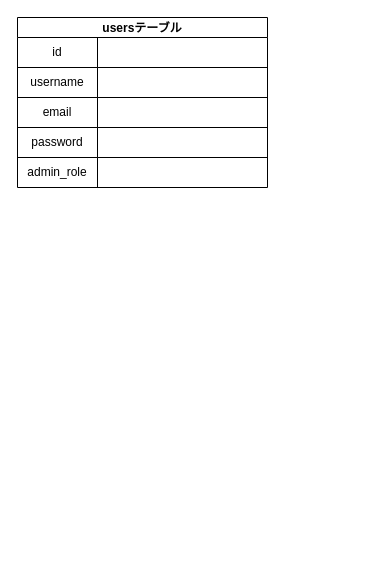
Above: bbm.dio in I-Kouta/BBM (draw.io), before the change. Source tidied: cells renumbered, new cells numbered last; positions are measured from the earlier drawing's top-left corner, leaving out a move shared by most shapes. Both pictures are drawn from the tidied source at 100%, with x=0, y=0 at pixel (17, 17).
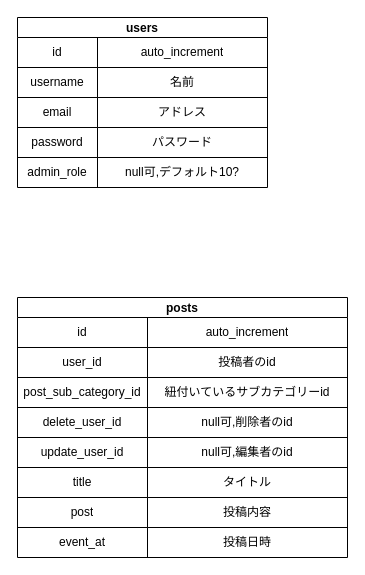
After the change.

Commit message:
postsテーブルの図の記述です

Unchanged cells that the change refers to:
```xml
<mxCell id="3" style="shape=partialRectangle;html=1;whiteSpace=wrap;fillColor=none;top=0;left=0;bottom=0;right=0;" parent="2" vertex="1">
  <mxGeometry y="20" width="250" height="30" as="geometry" />
</mxCell>
<mxCell id="6" style="shape=partialRectangle;html=1;whiteSpace=wrap;fillColor=none;top=0;left=0;bottom=0;right=0;" parent="2" vertex="1">
  <mxGeometry y="50" width="250" height="30" as="geometry" />
</mxCell>
<mxCell id="9" style="shape=partialRectangle;html=1;whiteSpace=wrap;fillColor=none;top=0;left=0;bottom=0;right=0;" parent="2" vertex="1">
  <mxGeometry y="80" width="250" height="30" as="geometry" />
</mxCell>
<mxCell id="12" style="shape=partialRectangle;html=1;whiteSpace=wrap;fillColor=none;top=0;left=0;bottom=0;right=0;" parent="2" vertex="1">
  <mxGeometry y="110" width="250" height="30" as="geometry" />
</mxCell>
<mxCell id="15" style="shape=partialRectangle;html=1;whiteSpace=wrap;fillColor=none;top=0;left=0;bottom=0;right=0;" parent="2" vertex="1">
  <mxGeometry y="140" width="250" height="30" as="geometry" />
</mxCell>
```

What changed in the source:
```diff
@@
-    <mxCell id="2" value="usersテーブル" style="shape=table;startSize=20;childLayout=tableLayout;fontStyle=1;align=center;" parent="1" vertex="1">
+    <mxCell id="2" value="users" style="shape=table;startSize=20;childLayout=tableLayout;fontStyle=1;align=center;" parent="1" vertex="1">
       <mxGeometry width="250" height="170" as="geometry" />
     </mxCell>
@@
-    <mxCell id="5" style="shape=partialRectangle;html=1;whiteSpace=wrap;fillColor=none;top=0;left=0;bottom=0;right=0;overflow=hidden;" parent="3" vertex="1">
+    <mxCell id="5" value="auto_increment" style="shape=partialRectangle;html=1;whiteSpace=wrap;fillColor=none;top=0;left=0;bottom=0;right=0;overflow=hidden;" parent="3" vertex="1">
       <mxGeometry x="80" width="170" height="30" as="geometry" />
     </mxCell>
@@
-    <mxCell id="8" style="shape=partialRectangle;html=1;whiteSpace=wrap;fillColor=none;top=0;left=0;bottom=0;right=0;overflow=hidden;" parent="6" vertex="1">
+    <mxCell id="8" value="名前" style="shape=partialRectangle;html=1;whiteSpace=wrap;fillColor=none;top=0;left=0;bottom=0;right=0;overflow=hidden;" parent="6" vertex="1">
       <mxGeometry x="80" width="170" height="30" as="geometry" />
     </mxCell>
@@
-    <mxCell id="11" style="shape=partialRectangle;html=1;whiteSpace=wrap;fillColor=none;top=0;left=0;bottom=0;right=0;overflow=hidden;" parent="9" vertex="1">
+    <mxCell id="11" value="アドレス" style="shape=partialRectangle;html=1;whiteSpace=wrap;fillColor=none;top=0;left=0;bottom=0;right=0;overflow=hidden;" parent="9" vertex="1">
       <mxGeometry x="80" width="170" height="30" as="geometry" />
     </mxCell>
@@
-    <mxCell id="14" style="shape=partialRectangle;html=1;whiteSpace=wrap;fillColor=none;top=0;left=0;bottom=0;right=0;overflow=hidden;" parent="12" vertex="1">
+    <mxCell id="14" value="パスワード" style="shape=partialRectangle;html=1;whiteSpace=wrap;fillColor=none;top=0;left=0;bottom=0;right=0;overflow=hidden;" parent="12" vertex="1">
       <mxGeometry x="80" width="170" height="30" as="geometry" />
     </mxCell>
@@
-    <mxCell id="17" style="shape=partialRectangle;html=1;whiteSpace=wrap;fillColor=none;top=0;left=0;bottom=0;right=0;overflow=hidden;" parent="15" vertex="1">
+    <mxCell id="17" value="null可,デフォルト10?" style="shape=partialRectangle;html=1;whiteSpace=wrap;fillColor=none;top=0;left=0;bottom=0;right=0;overflow=hidden;" parent="15" vertex="1">
       <mxGeometry x="80" width="170" height="30" as="geometry" />
     </mxCell>
+    <mxCell id="18" value="posts" style="shape=table;startSize=20;childLayout=tableLayout;fontStyle=1;align=center;" parent="1" vertex="1">
+      <mxGeometry y="280" width="330" height="260" as="geometry" />
+    </mxCell>
+    <mxCell id="19" style="shape=partialRectangle;html=1;whiteSpace=wrap;fillColor=none;top=0;left=0;bottom=0;right=0;" parent="18" vertex="1">
+      <mxGeometry y="20" width="330" height="30" as="geometry" />
+    </mxCell>
+    <mxCell id="20" value="id" style="shape=partialRectangle;html=1;whiteSpace=wrap;fillColor=none;top=0;left=0;bottom=0;right=0;overflow=hidden;" parent="19" vertex="1">
+      <mxGeometry width="130" height="30" as="geometry" />
+    </mxCell>
+    <mxCell id="21" value="auto_increment" style="shape=partialRectangle;html=1;whiteSpace=wrap;fillColor=none;top=0;left=0;bottom=0;right=0;overflow=hidden;" parent="19" vertex="1">
+      <mxGeometry x="130" width="200" height="30" as="geometry" />
+    </mxCell>
+    <mxCell id="22" style="shape=partialRectangle;html=1;whiteSpace=wrap;fillColor=none;top=0;left=0;bottom=0;right=0;" parent="18" vertex="1">
+      <mxGeometry y="50" width="330" height="30" as="geometry" />
+    </mxCell>
+    <mxCell id="23" value="user_id" style="shape=partialRectangle;html=1;whiteSpace=wrap;fillColor=none;top=0;left=0;bottom=0;right=0;overflow=hidden;" parent="22" vertex="1">
+      <mxGeometry width="130" height="30" as="geometry" />
+    </mxCell>
+    <mxCell id="24" value="投稿者のid" style="shape=partialRectangle;html=1;whiteSpace=wrap;fillColor=none;top=0;left=0;bottom=0;right=0;overflow=hidden;" parent="22" vertex="1">
+      <mxGeometry x="130" width="200" height="30" as="geometry" />
+    </mxCell>
+    <mxCell id="25" style="shape=partialRectangle;html=1;whiteSpace=wrap;fillColor=none;top=0;left=0;bottom=0;right=0;" parent="18" vertex="1">
+      <mxGeometry y="80" width="330" height="30" as="geometry" />
+    </mxCell>
+    <mxCell id="26" value="post_sub_category_id" style="shape=partialRectangle;html=1;whiteSpace=wrap;fillColor=none;top=0;left=0;bottom=0;right=0;overflow=hidden;" parent="25" vertex="1">
+      <mxGeometry width="130" height="30" as="geometry" />
+    </mxCell>
+    <mxCell id="27" value="紐付いているサブカテゴリーid" style="shape=partialRectangle;html=1;whiteSpace=wrap;fillColor=none;top=0;left=0;bottom=0;right=0;overflow=hidden;" parent="25" vertex="1">
+      <mxGeometry x="130" width="200" height="30" as="geometry" />
+    </mxCell>
+    <mxCell id="28" style="shape=partialRectangle;html=1;whiteSpace=wrap;fillColor=none;top=0;left=0;bottom=0;right=0;" parent="18" vertex="1">
+      <mxGeometry y="110" width="330" height="30" as="geometry" />
+    </mxCell>
+    <mxCell id="29" value="delete_user_id" style="shape=partialRectangle;html=1;whiteSpace=wrap;fillColor=none;top=0;left=0;bottom=0;right=0;overflow=hidden;" parent="28" vertex="1">
+      <mxGeometry width="130" height="30" as="geometry" />
+    </mxCell>
+    <mxCell id="30" value="null可,削除者のid" style="shape=partialRectangle;html=1;whiteSpace=wrap;fillColor=none;top=0;left=0;bottom=0;right=0;overflow=hidden;" parent="28" vertex="1">
+      <mxGeometry x="130" width="200" height="30" as="geometry" />
+    </mxCell>
+    <mxCell id="31" style="shape=partialRectangle;html=1;whiteSpace=wrap;fillColor=none;top=0;left=0;bottom=0;right=0;" parent="18" vertex="1">
+      <mxGeometry y="140" width="330" height="30" as="geometry" />
+    </mxCell>
+    <mxCell id="32" value="update_user_id" style="shape=partialRectangle;html=1;whiteSpace=wrap;fillColor=none;top=0;left=0;bottom=0;right=0;overflow=hidden;" parent="31" vertex="1">
+      <mxGeometry width="130" height="30" as="geometry" />
+    </mxCell>
+    <mxCell id="33" value="null可,編集者のid" style="shape=partialRectangle;html=1;whiteSpace=wrap;fillColor=none;top=0;left=0;bottom=0;right=0;overflow=hidden;" parent="31" vertex="1">
+      <mxGeometry x="130" width="200" height="30" as="geometry" />
+    </mxCell>
+    <mxCell id="34" style="shape=partialRectangle;html=1;whiteSpace=wrap;fillColor=none;top=0;left=0;bottom=0;right=0;" parent="18" vertex="1">
+      <mxGeometry y="170" width="330" height="30" as="geometry" />
+    </mxCell>
+    <mxCell id="35" value="title" style="shape=partialRectangle;html=1;whiteSpace=wrap;fillColor=none;top=0;left=0;bottom=0;right=0;overflow=hidden;" parent="34" vertex="1">
+      <mxGeometry width="130" height="30" as="geometry" />
+    </mxCell>
+    <mxCell id="36" value="タイトル" style="shape=partialRectangle;html=1;whiteSpace=wrap;fillColor=none;top=0;left=0;bottom=0;right=0;overflow=hidden;" parent="34" vertex="1">
+      <mxGeometry x="130" width="200" height="30" as="geometry" />
+    </mxCell>
+    <mxCell id="37" style="shape=partialRectangle;html=1;whiteSpace=wrap;fillColor=none;top=0;left=0;bottom=0;right=0;" parent="18" vertex="1">
+      <mxGeometry y="200" width="330" height="30" as="geometry" />
+    </mxCell>
+    <mxCell id="38" value="post" style="shape=partialRectangle;html=1;whiteSpace=wrap;fillColor=none;top=0;left=0;bottom=0;right=0;overflow=hidden;" parent="37" vertex="1">
+      <mxGeometry width="130" height="30" as="geometry" />
+    </mxCell>
+    <mxCell id="39" value="投稿内容" style="shape=partialRectangle;html=1;whiteSpace=wrap;fillColor=none;top=0;left=0;bottom=0;right=0;overflow=hidden;" parent="37" vertex="1">
+      <mxGeometry x="130" width="200" height="30" as="geometry" />
+    </mxCell>
+    <mxCell id="40" style="shape=partialRectangle;html=1;whiteSpace=wrap;fillColor=none;top=0;left=0;bottom=0;right=0;" parent="18" vertex="1">
+      <mxGeometry y="230" width="330" height="30" as="geometry" />
+    </mxCell>
+    <mxCell id="41" value="event_at" style="shape=partialRectangle;html=1;whiteSpace=wrap;fillColor=none;top=0;left=0;bottom=0;right=0;overflow=hidden;" parent="40" vertex="1">
+      <mxGeometry width="130" height="30" as="geometry" />
+    </mxCell>
+    <mxCell id="42" value="投稿日時" style="shape=partialRectangle;html=1;whiteSpace=wrap;fillColor=none;top=0;left=0;bottom=0;right=0;overflow=hidden;" parent="40" vertex="1">
+      <mxGeometry x="130" width="200" height="30" as="geometry" />
+    </mxCell>
```
